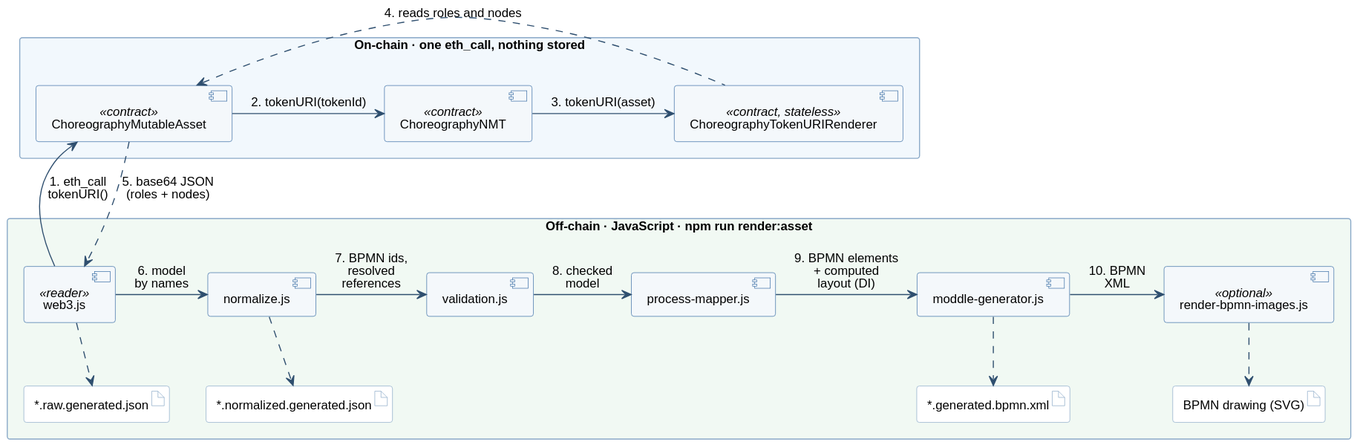
This is docs/uml/rendering.svg from d0na/ChorNMT, a PlantUML export, as it was before one commit. Its diagram source:
```plantuml
@startuml
!include style.iuml
skinparam ArrowColor #2F4F6F
skinparam component {
  BackgroundColor #F4F8FB
  BorderColor #3A6EA5
}
skinparam artifact {
  BackgroundColor #FFFFFF
  BorderColor #8AA9C8
}
skinparam rectangle {
  BorderColor #8AA9C8
}

rectangle "On-chain · one eth_call, nothing stored" as chain #F2F8FD {
  component "ChoreographyMutableAsset" <<contract>> as asset
  component "ChoreographyNMT" <<contract>> as nmt
  component "ChoreographyTokenURIRenderer" <<contract, stateless>> as renderer
}

rectangle "Off-chain · JavaScript · npm run render:asset" as js #F1F9F3 {
  component "web3.js" <<reader>> as web3
  component "normalize.js" as normalize
  component "validation.js" as validation
  component "process-mapper.js" as mapper
  component "moddle-generator.js" as generator
  component "render-bpmn-images.js" <<optional>> as images

  artifact "~*.raw.generated.json" as raw
  artifact "~*.normalized.generated.json" as normalized
  artifact "~*.generated.bpmn.xml" as xml
  artifact "BPMN drawing (SVG)" as svg
}

asset -right-> nmt : 2. tokenURI(tokenId)
nmt -right-> renderer : 3. tokenURI(asset)
renderer .left.> asset : 4. reads roles and nodes

web3 -up-> asset : 1. eth_call\ntokenURI()
asset .down.> web3 : 5. base64 JSON\n(roles + nodes)

web3 -right-> normalize : 6. model\nby names
normalize -right-> validation : 7. BPMN ids,\nresolved\nreferences
validation -right-> mapper : 8. checked\nmodel
mapper -right-> generator : 9. BPMN elements\n+ computed\nlayout (DI)
generator -right-> images : 10. BPMN\nXML

web3 .down.> raw
normalize .down.> normalized
generator .down.> xml
images .down.> svg
@enduml
```
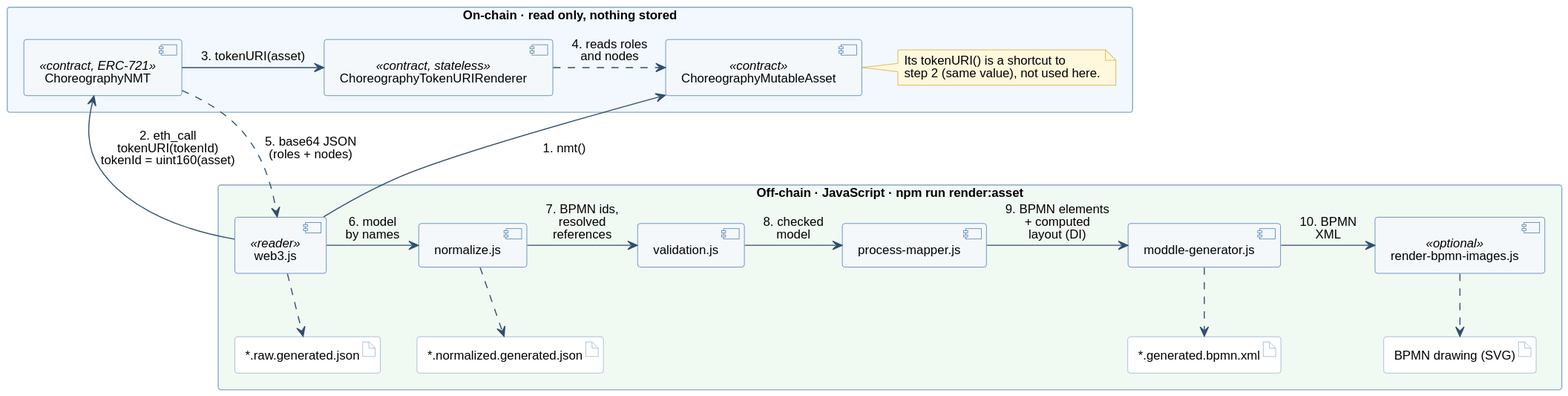
After the change.

The edit, as a diff of the source:
```diff
@@ -13,10 +13,14 @@
   BorderColor #8AA9C8
 }
 
-rectangle "On-chain · one eth_call, nothing stored" as chain #F2F8FD {
+rectangle "On-chain · read only, nothing stored" as chain #F2F8FD {
+  component "ChoreographyNMT" <<contract, ERC-721>> as nmt
+  component "ChoreographyTokenURIRenderer" <<contract, stateless>> as renderer
   component "ChoreographyMutableAsset" <<contract>> as asset
-  component "ChoreographyNMT" <<contract>> as nmt
-  component "ChoreographyTokenURIRenderer" <<contract, stateless>> as renderer
+  note right of asset
+    Its tokenURI() is a shortcut to
+    step 2 (same value), not used here.
+  end note
 }
 
 rectangle "Off-chain · JavaScript · npm run render:asset" as js #F1F9F3 {
@@ -33,12 +37,13 @@
   artifact "BPMN drawing (SVG)" as svg
 }
 
-asset -right-> nmt : 2. tokenURI(tokenId)
 nmt -right-> renderer : 3. tokenURI(asset)
-renderer .left.> asset : 4. reads roles and nodes
+renderer .right.> asset : 4. reads roles\nand nodes
 
-web3 -up-> asset : 1. eth_call\ntokenURI()
-asset .down.> web3 : 5. base64 JSON\n(roles + nodes)
+web3 -up-> asset : 1. nmt()
+web3 -up-> nmt : 2. eth_call\ntokenURI(tokenId)\ntokenId = uint160(asset)
+nmt .down.> web3 : 5. base64 JSON\n(roles + nodes)
+
 
 web3 -right-> normalize : 6. model\nby names
 normalize -right-> validation : 7. BPMN ids,\nresolved\nreferences
```
